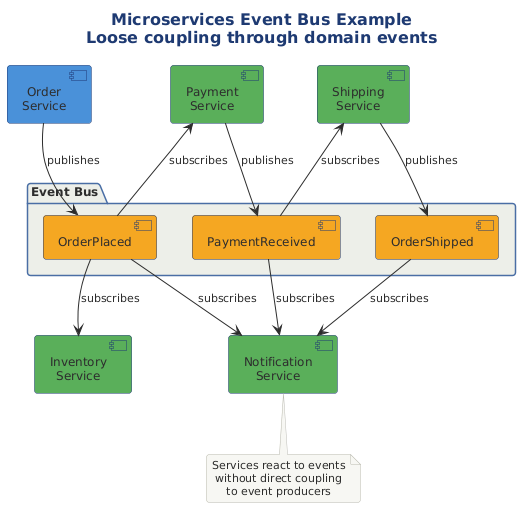
Earlier version of the PlantUML export src/architecture/views-and-beyond/style-catalogs/component-and-connector/publish-subscribe-style/png/microservices-event-bus-loose-coupling-domain.png (Notoriousjayy/latex-docs).
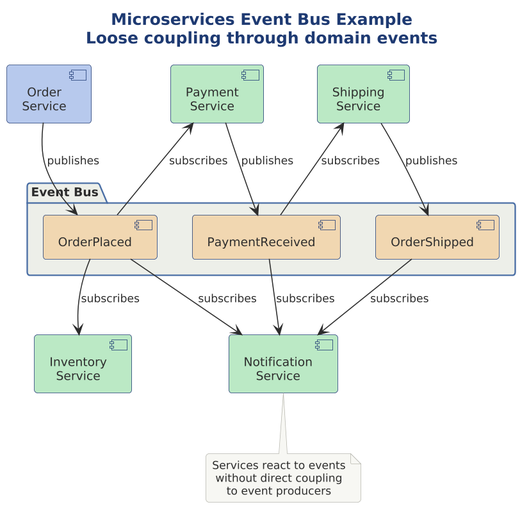
After the commit.

Diff of the diagram source:
```diff
@@ -1,21 +1,26 @@
 @startuml
+
+skinparam dpi 150
+
+
+
 
 title Microservices Event Bus Example\nLoose coupling through domain events
 
 !include ../../../../../../tooling/styles/plantuml/structural/package-diagram-style.iuml
 
-component "Order\nService" as OS #4A90D9
+component "Order\nService" as OS $deep_primary
 
 package "Event Bus" {
-    component "OrderPlaced" as OP #F5A623
-    component "PaymentReceived" as PR #F5A623
-    component "OrderShipped" as OSH #F5A623
+    component "OrderPlaced" as OP $deep_caution
+    component "PaymentReceived" as PR $deep_caution
+    component "OrderShipped" as OSH $deep_caution
 }
 
-component "Inventory\nService" as IS #5BAE5B
-component "Payment\nService" as PS #5BAE5B
-component "Shipping\nService" as SS #5BAE5B
-component "Notification\nService" as NS #5BAE5B
+component "Inventory\nService" as IS $deep_ok
+component "Payment\nService" as PS $deep_ok
+component "Shipping\nService" as SS $deep_ok
+component "Notification\nService" as NS $deep_ok
 
 OS -down-> OP : publishes
 PS -down-> PR : publishes
```
